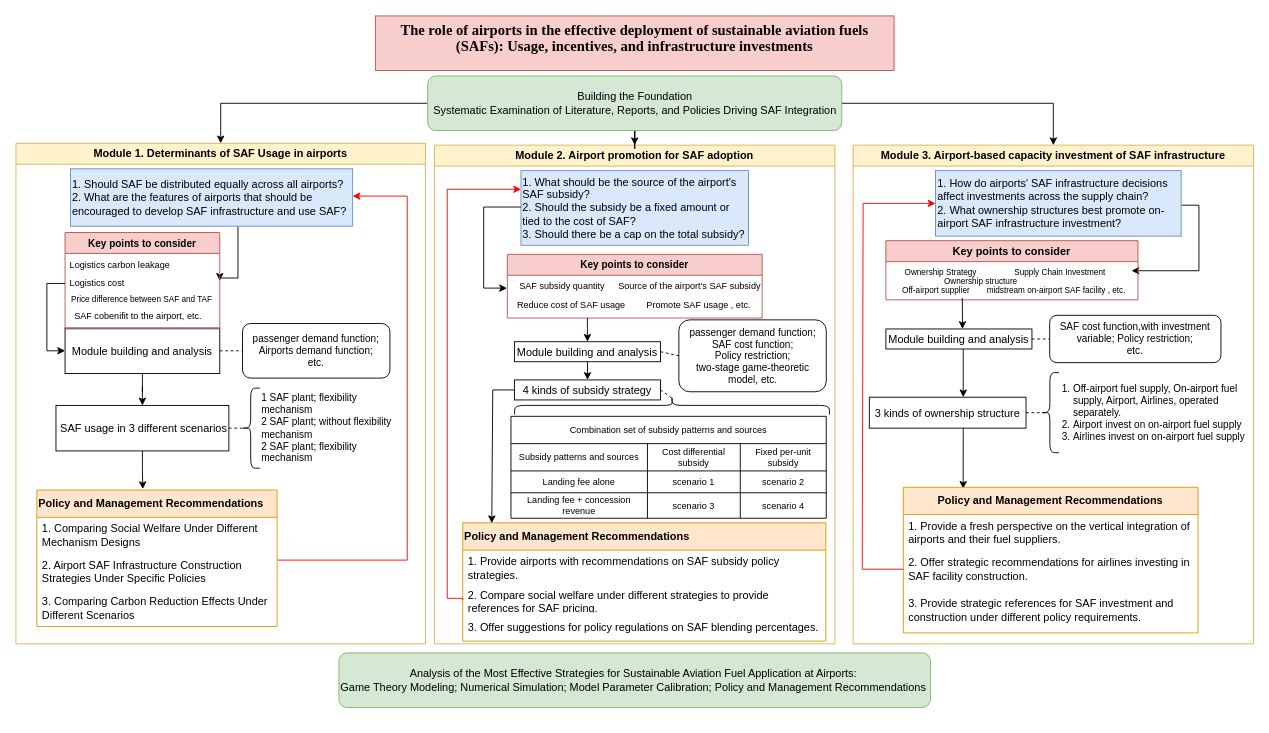
Above: 技术路线图.drawio in HengfeiMa95/paper-reading (draw.io), before the change. Source tidied: cells renumbered, new cells numbered last; positions are measured from the earlier drawing's top-left corner, leaving out a move shared by most shapes. Both pictures are drawn from the tidied source at 91%, with x=0, y=0 at pixel (15, 15).
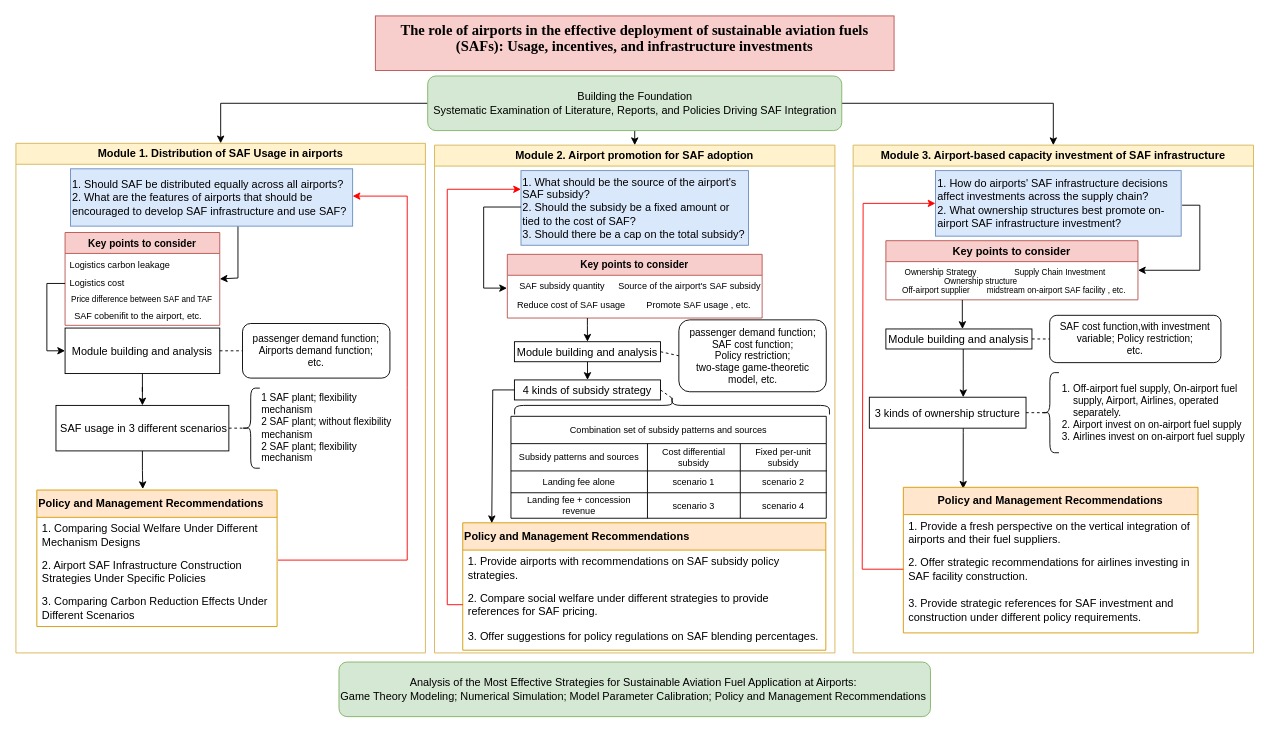
Above is the later version.

Commit message:
Update 技术路线图.drawio

Unchanged cells that the change refers to:
```xml
<mxCell id="26" value="1. What should be the source of the airport's SAF subsidy?&amp;nbsp;&lt;div&gt;2. Should the subsidy be a fixed amount or tied to the cost of SAF?&amp;nbsp;&lt;/div&gt;&lt;div&gt;3. Should there be a cap on the total subsidy?&lt;/div&gt;" style="text;strokeColor=#6c8ebf;fillColor=#dae8fc;html=1;whiteSpace=wrap;verticalAlign=middle;overflow=hidden;" parent="25" vertex="1">
  <mxGeometry x="95" y="28" width="250" height="82" as="geometry" />
</mxCell>
<mxCell id="77" value="Key points to consider" style="swimlane;fillColor=#f8cecc;strokeColor=#b85450;" parent="60" vertex="1">
  <mxGeometry x="36" y="105" width="277" height="65" as="geometry" />
</mxCell>
<mxCell id="88" value="Building the Foundation&lt;div&gt;Systematic Examination of Literature, Reports, and Policies Driving SAF Integration&lt;/div&gt;" style="rounded=1;whiteSpace=wrap;html=1;fillColor=#d5e8d4;strokeColor=#82b366;" parent="1" vertex="1">
  <mxGeometry x="452.5" y="66" width="455" height="60" as="geometry" />
</mxCell>
```

What changed in the source:
```diff
@@
-    <mxCell id="2" value="Module 1. Determinants of SAF Usage in airports" style="swimlane;whiteSpace=wrap;fillColor=#fff2cc;strokeColor=#d6b656;" parent="1" vertex="1">
-      <mxGeometry y="140" width="450" height="550" as="geometry" />
+    <mxCell id="2" value="Module 1. Distribution of SAF Usage in airports" style="swimlane;whiteSpace=wrap;fillColor=#fff2cc;strokeColor=#d6b656;" parent="1" vertex="1">
+      <mxGeometry y="140" width="450" height="560" as="geometry" />
     </mxCell>
@@
     <mxCell id="19" value="Key points to consider" style="swimlane;fillColor=#f8cecc;strokeColor=#b85450;fontSize=11;" parent="2" vertex="1">
-      <mxGeometry x="54" y="98" width="170" height="106" as="geometry" />
+      <mxGeometry x="54" y="98" width="170" height="102" as="geometry" />
     </mxCell>
@@
     <mxCell id="25" value="Module 2. Airport promotion for SAF adoption" style="swimlane;whiteSpace=wrap;fillColor=#fff2cc;strokeColor=#d6b656;" parent="1" vertex="1">
-      <mxGeometry x="460" y="142" width="440" height="548" as="geometry" />
+      <mxGeometry x="460" y="142" width="440" height="558" as="geometry" />
     </mxCell>
@@
     <mxCell id="47" value="&lt;span style=&quot;font-weight: 700; text-align: -webkit-center;&quot;&gt;Policy and Management Recommendations&lt;/span&gt;" style="swimlane;fontStyle=0;horizontal=1;startSize=30;whiteSpace=wrap;html=1;align=left;verticalAlign=middle;fontFamily=Helvetica;fontSize=12;fillColor=#ffe6cc;strokeColor=#d79b00;" parent="25" vertex="1">
-      <mxGeometry x="31" y="415" width="399" height="130" as="geometry" />
+      <mxGeometry x="31" y="415" width="399" height="140" as="geometry" />
     </mxCell>
@@
     <mxCell id="49" value="2. Compare social welfare under different strategies to provide references for SAF pricing." style="text;strokeColor=none;fillColor=none;align=left;verticalAlign=middle;spacingLeft=4;spacingRight=4;overflow=hidden;points=[[0,0.5],[1,0.5]];portConstraint=eastwest;whiteSpace=wrap;html=1;fontFamily=Helvetica;fontSize=12;fontColor=default;" parent="47" vertex="1">
-      <mxGeometry y="70" width="399" height="30" as="geometry" />
+      <mxGeometry y="70" width="399" height="40" as="geometry" />
     </mxCell>
     <mxCell id="50" value="3. Offer suggestions for policy regulations on SAF blending percentages." style="text;strokeColor=none;fillColor=none;align=left;verticalAlign=middle;spacingLeft=4;spacingRight=4;overflow=hidden;whiteSpace=wrap;html=1;fontFamily=Helvetica;fontSize=12;fontColor=default;" parent="47" vertex="1">
-      <mxGeometry y="100" width="399" height="30" as="geometry" />
+      <mxGeometry y="110" width="399" height="30" as="geometry" />
     </mxCell>
@@
     <mxCell id="52" style="edgeStyle=orthogonalEdgeStyle;rounded=0;jettySize=auto;html=1;entryX=0;entryY=0.25;entryDx=0;entryDy=0;fontFamily=Helvetica;fontSize=12;fontColor=#FF0000;strokeColor=#FF0000;exitX=0;exitY=0.5;exitDx=0;exitDy=0;" parent="25" edge="1" source="49" target="26">
       <mxGeometry relative="1" as="geometry">
         <Array as="points">
-          <mxPoint x="31" y="498" />
-          <mxPoint x="14" y="498" />
+          <mxPoint x="14" y="505" />
           <mxPoint x="14" y="49" />
         </Array>
       </mxGeometry>
     </mxCell>
@@
     <mxCell id="60" value="Module 3. Airport-based capacity investment of SAF infrastructure" style="swimlane;whiteSpace=wrap;fillColor=#fff2cc;strokeColor=#d6b656;" parent="1" vertex="1">
-      <mxGeometry x="920" y="142" width="440" height="548" as="geometry" />
+      <mxGeometry x="920" y="142" width="440" height="558" as="geometry" />
     </mxCell>
-    <mxCell id="61" style="edgeStyle=orthogonalEdgeStyle;rounded=0;orthogonalLoop=1;jettySize=auto;html=1;entryX=1;entryY=0.5;entryDx=0;entryDy=0;" parent="60" edge="1">
+    <mxCell id="61" style="edgeStyle=orthogonalEdgeStyle;rounded=0;jettySize=auto;html=1;entryX=1;entryY=0.5;entryDx=0;entryDy=0;" parent="60" edge="1" target="77">
       <mxGeometry relative="1" as="geometry">
-        <mxPoint x="360.5" y="66" as="sourcePoint" />
-        <mxPoint x="306" y="138" as="targetPoint" />
+        <mxPoint x="361.5" y="66" as="sourcePoint" />
         <Array as="points">
-          <mxPoint x="380" y="66" />
-          <mxPoint x="380" y="138" />
+          <mxPoint x="381" y="66" />
+          <mxPoint x="381" y="138" />
         </Array>
       </mxGeometry>
     </mxCell>
@@
-    <mxCell id="83" style="edgeStyle=orthogonalEdgeStyle;rounded=0;orthogonalLoop=1;jettySize=auto;html=1;entryX=0.5;entryY=0;entryDx=0;entryDy=0;" parent="60" edge="1">
-      <mxGeometry relative="1" as="geometry">
-        <mxPoint x="120" y="168" as="sourcePoint" />
-        <mxPoint x="120.2" y="202" as="targetPoint" />
-        <Array as="points">
-          <mxPoint x="120" y="168" />
-          <mxPoint x="120" y="182" />
-        </Array>
-      </mxGeometry>
-    </mxCell>
+    <mxCell id="90" style="edgeStyle=orthogonalEdgeStyle;rounded=0;orthogonalLoop=1;jettySize=auto;html=1;entryX=0.5;entryY=0;entryDx=0;entryDy=0;exitX=0.75;exitY=1.006;exitDx=0;exitDy=0;exitPerimeter=0;" parent="60" edge="1">
+      <mxGeometry relative="1" as="geometry">
+        <mxPoint x="120" y="170.1" as="sourcePoint" />
+        <mxPoint x="120.2" y="202" as="targetPoint" />
+        <Array as="points">
+          <mxPoint x="120" y="190" />
+          <mxPoint x="120" y="190" />
+        </Array>
+      </mxGeometry>
+    </mxCell>
@@
-    <mxCell id="87" style="edgeStyle=orthogonalEdgeStyle;rounded=0;jettySize=auto;html=1;entryX=0.5;entryY=0;entryDx=0;entryDy=0;fontFamily=Helvetica;fontSize=12;fontColor=default;" parent="1" edge="1" source="88" target="25">
+    <mxCell id="87" style="edgeStyle=orthogonalEdgeStyle;rounded=0;jettySize=auto;html=1;exitX=0.5;exitY=1;exitDx=0;exitDy=0;entryX=0.5;entryY=0;entryDx=0;entryDy=0;" parent="1" edge="1" source="88" target="25">
       <mxGeometry relative="1" as="geometry" />
     </mxCell>
@@
     <mxCell id="89" value="&lt;div style=&quot;text-align: center;&quot;&gt;Analysis of the Most Effective Strategies for Sustainable Aviation Fuel Application at Airports:&lt;/div&gt;&lt;div&gt;&lt;span style=&quot;background-color: initial;&quot;&gt;Game Theory Modeling; Numerical Simulation;&amp;nbsp;&lt;/span&gt;&lt;span style=&quot;background-color: initial;&quot;&gt;Model Parameter C&lt;/span&gt;&lt;span style=&quot;background-color: initial;&quot;&gt;alibration&lt;/span&gt;&lt;span style=&quot;background-color: initial;&quot;&gt;;&amp;nbsp;&lt;/span&gt;&lt;span style=&quot;background-color: initial;&quot;&gt;Policy and Management Recommendations&lt;/span&gt;&lt;/div&gt;" style="rounded=1;whiteSpace=wrap;html=1;align=left;verticalAlign=middle;fontFamily=Helvetica;fontSize=12;fillColor=#d5e8d4;strokeColor=#82b366;" parent="1" vertex="1">
-      <mxGeometry x="355" y="700" width="650" height="60" as="geometry" />
+      <mxGeometry x="355" y="710" width="650" height="60" as="geometry" />
     </mxCell>
```
